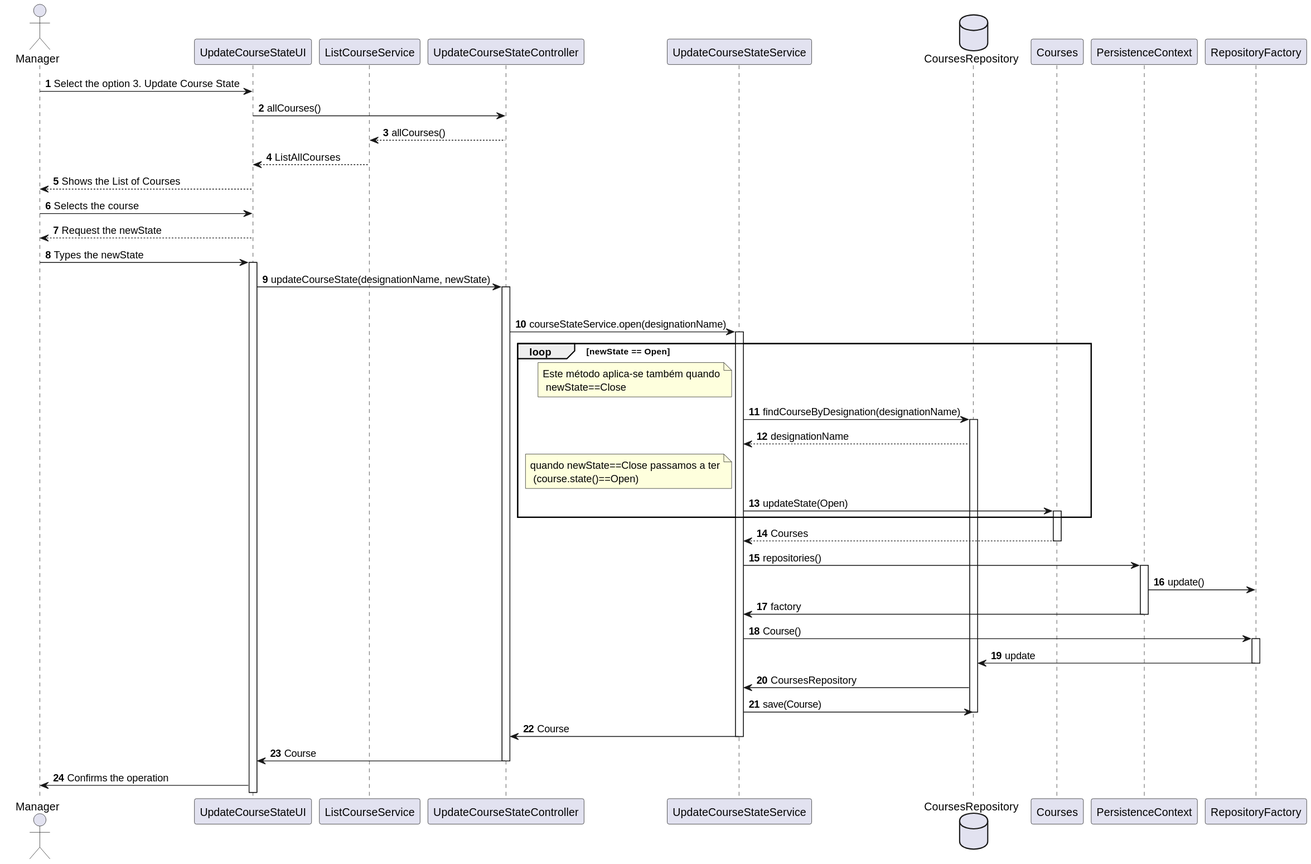
Earlier version of the PlantUML export docs/SPRINT B/US1004 - Open and Close Courses/Sequence_Diagram.svg (mascenso/isep-sem4-lapr4).
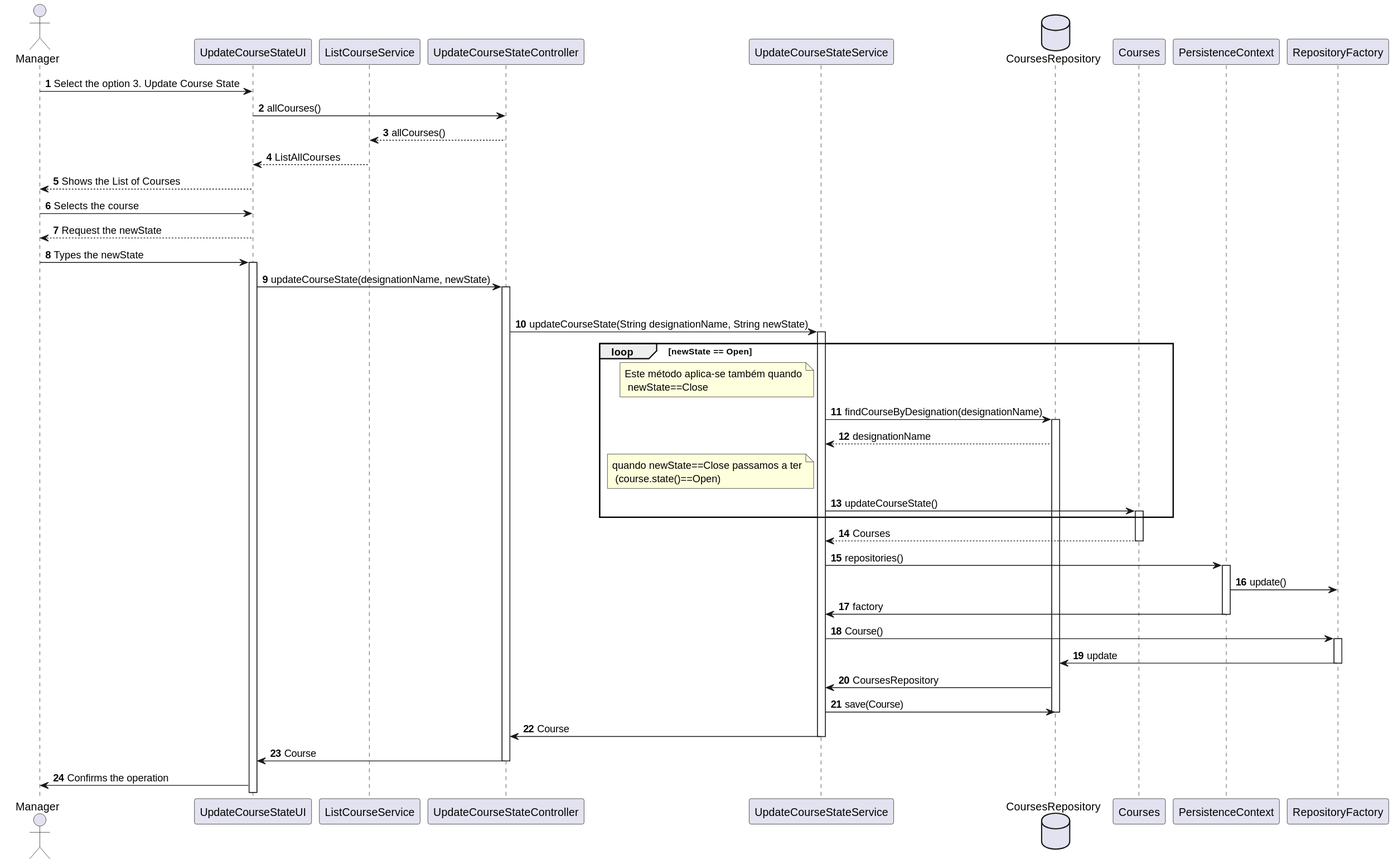
Above is the later version.

Commit message:
[Sprint B][US1007] - Fix Conflicts

Diff of the diagram source:
```diff
@@ -21,7 +21,7 @@
 
 loop newState == Open
 
-UpdateCourseStateController -> UpdateCourseStateService: courseStateService.open(designationName)
+UpdateCourseStateController -> UpdateCourseStateService: updateCourseState(String designationName, String newState)
 activate UpdateCourseStateService
 database CoursesRepository
  loop newState == Open
@@ -31,7 +31,7 @@
 activate CoursesRepository
 CoursesRepository --> UpdateCourseStateService: designationName
  note left of UpdateCourseStateService: quando newState==Close passamos a ter\n (course.state()==Open)
-UpdateCourseStateService -> Courses: updateState(Open)
+UpdateCourseStateService -> Courses: updateCourseState()
 activate Courses
 end loop
 
```
